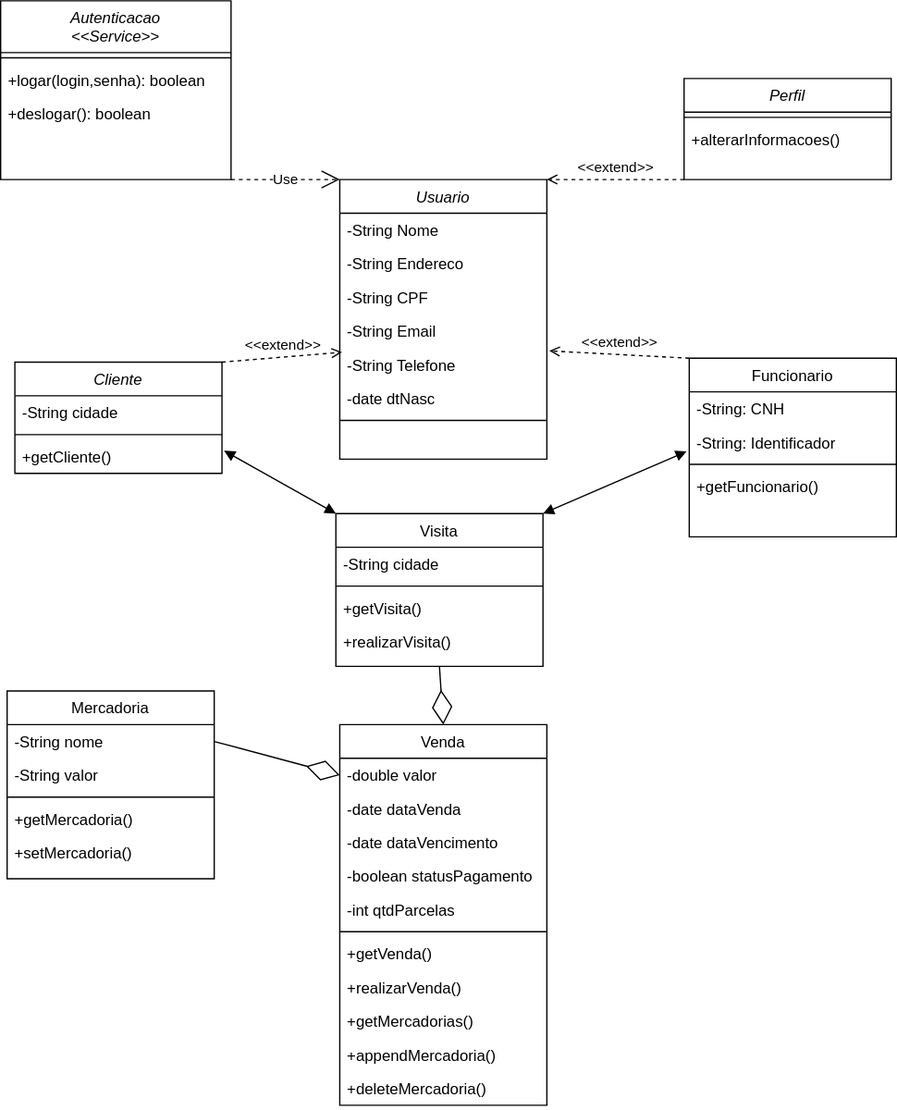
Above: .diagramas/class.client.drawio.svg in jcjoo/pi (draw.io), before the change. Source tidied: cells renumbered, new cells last; positions are measured from the earlier drawing's top-left corner, leaving out a move shared by most shapes.
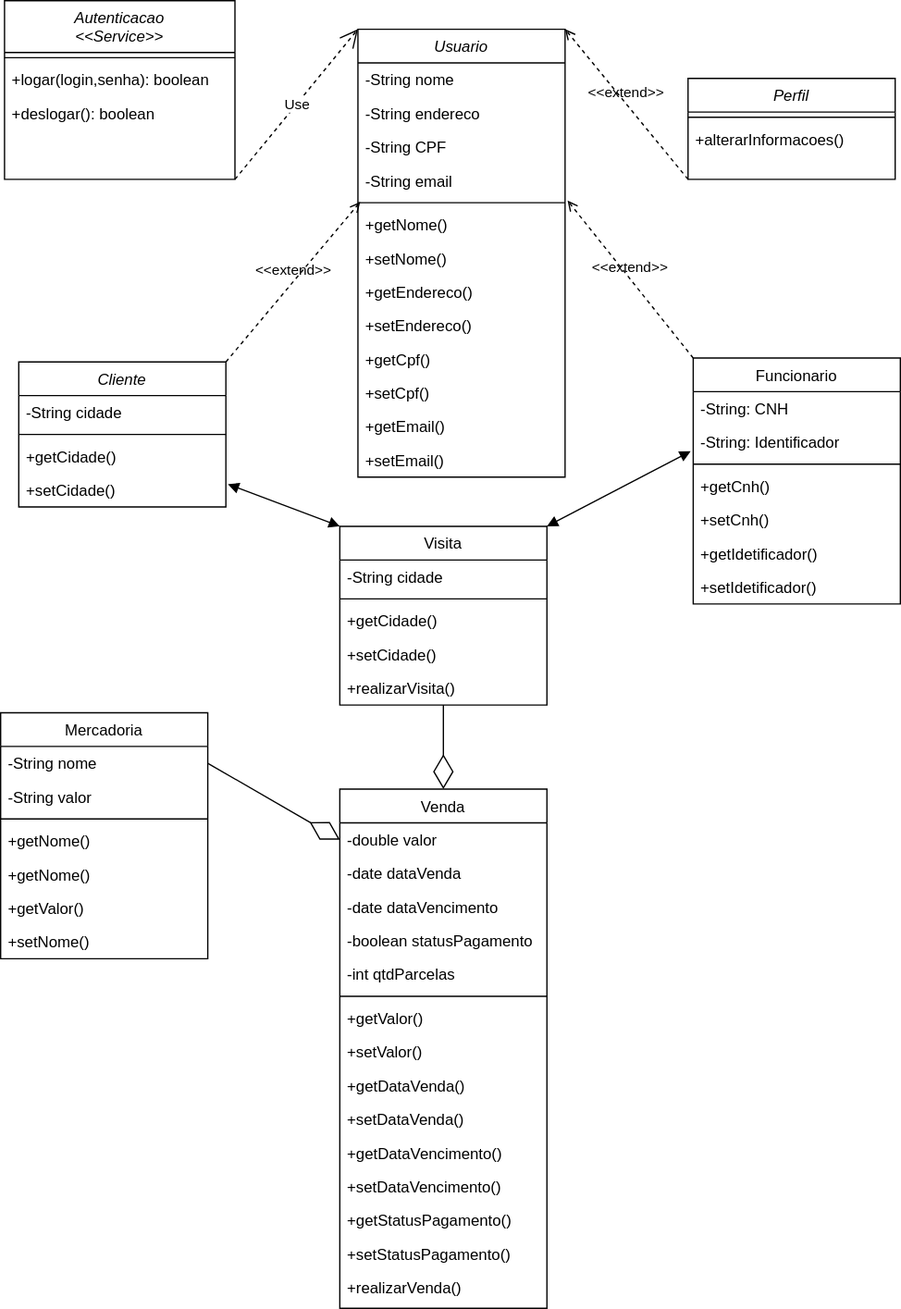
Above is the later version.

What changed in the source:
```diff
@@ -3,7 +3,7 @@
     <mxCell id="0" />
     <mxCell id="1" parent="0" />
     <mxCell id="2" value="Cliente" style="swimlane;fontStyle=2;align=center;verticalAlign=top;horizontal=1;startSize=26;rounded=0;shadow=0;strokeWidth=1;" parent="1" vertex="1">
-      <mxGeometry x="11" y="279" width="160" height="86" as="geometry" />
+      <mxGeometry x="11" y="279" width="160" height="112" as="geometry" />
     </mxCell>
     <mxCell id="3" value="-String cidade&#10;" style="text;align=left;verticalAlign=top;spacingLeft=4;spacingRight=4;overflow=hidden;" parent="2" vertex="1">
       <mxGeometry y="26" width="160" height="26" as="geometry" />
@@ -11,11 +11,14 @@
     <mxCell id="4" style="line;html=1;strokeWidth=1;align=left;verticalAlign=middle;spacingTop=-1;spacingLeft=3;spacingRight=3;labelPosition=right;" parent="2" vertex="1">
       <mxGeometry y="52" width="160" height="8" as="geometry" />
     </mxCell>
+    <mxCell id="57" value="+getCidade()&#10;&#10;" style="text;align=left;verticalAlign=top;spacingLeft=4;spacingRight=4;overflow=hidden;" parent="2" vertex="1">
+      <mxGeometry y="60" width="160" height="26" as="geometry" />
+    </mxCell>
-    <mxCell id="5" value="+getCliente()&#10;&#10;" style="text;align=left;verticalAlign=top;spacingLeft=4;spacingRight=4;overflow=hidden;points=[[0,0.5],[1,0.5]];portConstraint=eastwest;" parent="2" vertex="1">
-      <mxGeometry y="60" width="160" height="26" as="geometry" />
+    <mxCell id="5" value="+setCidade()&#10;&#10;" style="text;align=left;verticalAlign=top;spacingLeft=4;spacingRight=4;overflow=hidden;points=[[0,0.5],[1,0.5]];portConstraint=eastwest;" parent="2" vertex="1">
+      <mxGeometry y="86" width="160" height="26" as="geometry" />
     </mxCell>
     <mxCell id="6" value="Venda" style="swimlane;fontStyle=0;align=center;verticalAlign=top;horizontal=1;startSize=26;rounded=0;shadow=0;strokeWidth=1;" parent="1" vertex="1">
-      <mxGeometry x="262" y="559" width="160" height="294" as="geometry" />
+      <mxGeometry x="259" y="609" width="160" height="401" as="geometry" />
     </mxCell>
     <mxCell id="7" value="-double valor" style="text;align=left;verticalAlign=top;spacingLeft=4;spacingRight=4;overflow=hidden;points=[[0,0.5],[1,0.5]];portConstraint=eastwest;" parent="6" vertex="1">
       <mxGeometry y="26" width="160" height="26" as="geometry" />
@@ -35,23 +38,35 @@
     <mxCell id="12" style="line;html=1;strokeWidth=1;align=left;verticalAlign=middle;spacingTop=-1;spacingLeft=3;spacingRight=3;labelPosition=right;" parent="6" vertex="1">
       <mxGeometry y="156" width="160" height="8" as="geometry" />
     </mxCell>
-    <mxCell id="13" value="+getVenda()&#10;&#10;" style="text;align=left;verticalAlign=top;spacingLeft=4;spacingRight=4;overflow=hidden;" parent="6" vertex="1">
+    <mxCell id="13" value="+getValor()&#10;&#10;" style="text;align=left;verticalAlign=top;spacingLeft=4;spacingRight=4;overflow=hidden;" parent="6" vertex="1">
       <mxGeometry y="164" width="160" height="26" as="geometry" />
     </mxCell>
+    <mxCell id="58" value="+setValor()&#10;&#10;" style="text;align=left;verticalAlign=top;spacingLeft=4;spacingRight=4;overflow=hidden;" parent="6" vertex="1">
+      <mxGeometry y="190" width="160" height="26" as="geometry" />
+    </mxCell>
+    <mxCell id="59" value="+getDataVenda()&#10;&#10;" style="text;align=left;verticalAlign=top;spacingLeft=4;spacingRight=4;overflow=hidden;" parent="6" vertex="1">
+      <mxGeometry y="216" width="160" height="26" as="geometry" />
+    </mxCell>
+    <mxCell id="60" value="+setDataVenda()&#10;&#10;" style="text;align=left;verticalAlign=top;spacingLeft=4;spacingRight=4;overflow=hidden;" parent="6" vertex="1">
+      <mxGeometry y="242" width="160" height="26" as="geometry" />
+    </mxCell>
+    <mxCell id="61" value="+getDataVencimento()&#10;&#10;" style="text;align=left;verticalAlign=top;spacingLeft=4;spacingRight=4;overflow=hidden;" parent="6" vertex="1">
+      <mxGeometry y="268" width="160" height="26" as="geometry" />
+    </mxCell>
+    <mxCell id="62" value="+setDataVencimento()&#10;&#10;" style="text;align=left;verticalAlign=top;spacingLeft=4;spacingRight=4;overflow=hidden;" parent="6" vertex="1">
+      <mxGeometry y="294" width="160" height="26" as="geometry" />
+    </mxCell>
+    <mxCell id="63" value="+getStatusPagamento()&#10;&#10;" style="text;align=left;verticalAlign=top;spacingLeft=4;spacingRight=4;overflow=hidden;" parent="6" vertex="1">
+      <mxGeometry y="320" width="160" height="26" as="geometry" />
+    </mxCell>
+    <mxCell id="64" value="+setStatusPagamento()&#10;&#10;" style="text;align=left;verticalAlign=top;spacingLeft=4;spacingRight=4;overflow=hidden;" parent="6" vertex="1">
+      <mxGeometry y="346" width="160" height="26" as="geometry" />
+    </mxCell>
     <mxCell id="14" value="+realizarVenda()&#10;&#10;" style="text;align=left;verticalAlign=top;spacingLeft=4;spacingRight=4;overflow=hidden;" parent="6" vertex="1">
-      <mxGeometry y="190" width="160" height="26" as="geometry" />
+      <mxGeometry y="372" width="160" height="26" as="geometry" />
     </mxCell>
-    <mxCell id="15" value="+getMercadorias()&#10;&#10;" style="text;align=left;verticalAlign=top;spacingLeft=4;spacingRight=4;overflow=hidden;" parent="6" vertex="1">
-      <mxGeometry y="216" width="160" height="26" as="geometry" />
-    </mxCell>
-    <mxCell id="16" value="+appendMercadoria()&#10;&#10;" style="text;align=left;verticalAlign=top;spacingLeft=4;spacingRight=4;overflow=hidden;" parent="6" vertex="1">
-      <mxGeometry y="242" width="160" height="26" as="geometry" />
-    </mxCell>
-    <mxCell id="17" value="+deleteMercadoria()&#10;&#10;" style="text;align=left;verticalAlign=top;spacingLeft=4;spacingRight=4;overflow=hidden;" parent="6" vertex="1">
-      <mxGeometry y="268" width="160" height="26" as="geometry" />
-    </mxCell>
     <mxCell id="18" value="Visita" style="swimlane;fontStyle=0;align=center;verticalAlign=top;horizontal=1;startSize=26;rounded=0;shadow=0;strokeWidth=1;" parent="1" vertex="1">
-      <mxGeometry x="259" y="396" width="160" height="118" as="geometry" />
+      <mxGeometry x="259" y="406" width="160" height="138" as="geometry" />
     </mxCell>
     <mxCell id="19" value="-String cidade&#10;" style="text;align=left;verticalAlign=top;spacingLeft=4;spacingRight=4;overflow=hidden;" parent="18" vertex="1">
       <mxGeometry y="26" width="160" height="26" as="geometry" />
@@ -59,14 +74,17 @@
     <mxCell id="20" style="line;html=1;strokeWidth=1;align=left;verticalAlign=middle;spacingTop=-1;spacingLeft=3;spacingRight=3;labelPosition=right;" parent="18" vertex="1">
       <mxGeometry y="52" width="160" height="8" as="geometry" />
     </mxCell>
-    <mxCell id="21" value="+getVisita()&#10;&#10;" style="text;align=left;verticalAlign=top;spacingLeft=4;spacingRight=4;overflow=hidden;" parent="18" vertex="1">
+    <mxCell id="21" value="+getCidade()&#10;&#10;" style="text;align=left;verticalAlign=top;spacingLeft=4;spacingRight=4;overflow=hidden;" parent="18" vertex="1">
       <mxGeometry y="60" width="160" height="26" as="geometry" />
     </mxCell>
+    <mxCell id="65" value="+setCidade()&#10;&#10;" style="text;align=left;verticalAlign=top;spacingLeft=4;spacingRight=4;overflow=hidden;" parent="18" vertex="1">
+      <mxGeometry y="86" width="160" height="26" as="geometry" />
+    </mxCell>
     <mxCell id="22" value="+realizarVisita()&#10;&#10;" style="text;align=left;verticalAlign=top;spacingLeft=4;spacingRight=4;overflow=hidden;" parent="18" vertex="1">
-      <mxGeometry y="86" width="160" height="26" as="geometry" />
+      <mxGeometry y="112" width="160" height="26" as="geometry" />
     </mxCell>
     <mxCell id="23" value="Funcionario" style="swimlane;fontStyle=0;align=center;verticalAlign=top;horizontal=1;startSize=26;rounded=0;shadow=0;strokeWidth=1;" parent="1" vertex="1">
-      <mxGeometry x="532" y="276" width="160" height="138" as="geometry" />
+      <mxGeometry x="532" y="276" width="160" height="190" as="geometry" />
     </mxCell>
     <mxCell id="24" value="-String: CNH" style="text;align=left;verticalAlign=top;spacingLeft=4;spacingRight=4;overflow=hidden;rounded=0;shadow=0;html=0;" parent="23" vertex="1">
       <mxGeometry y="26" width="160" height="26" as="geometry" />
@@ -77,35 +95,62 @@
     <mxCell id="26" style="line;html=1;strokeWidth=1;align=left;verticalAlign=middle;spacingTop=-1;spacingLeft=3;spacingRight=3;labelPosition=right;" parent="23" vertex="1">
       <mxGeometry y="78" width="160" height="8" as="geometry" />
     </mxCell>
-    <mxCell id="27" value="+getFuncionario()&#10;&#10;" style="text;align=left;verticalAlign=top;spacingLeft=4;spacingRight=4;overflow=hidden;" parent="23" vertex="1">
+    <mxCell id="27" value="+getCnh()&#10;&#10;" style="text;align=left;verticalAlign=top;spacingLeft=4;spacingRight=4;overflow=hidden;" parent="23" vertex="1">
       <mxGeometry y="86" width="160" height="26" as="geometry" />
     </mxCell>
+    <mxCell id="66" value="+setCnh()&#10;&#10;" style="text;align=left;verticalAlign=top;spacingLeft=4;spacingRight=4;overflow=hidden;" parent="23" vertex="1">
+      <mxGeometry y="112" width="160" height="26" as="geometry" />
+    </mxCell>
+    <mxCell id="67" value="+getIdetificador()&#10;&#10;" style="text;align=left;verticalAlign=top;spacingLeft=4;spacingRight=4;overflow=hidden;" parent="23" vertex="1">
+      <mxGeometry y="138" width="160" height="26" as="geometry" />
+    </mxCell>
+    <mxCell id="68" value="+setIdetificador()&#10;&#10;" style="text;align=left;verticalAlign=top;spacingLeft=4;spacingRight=4;overflow=hidden;" parent="23" vertex="1">
+      <mxGeometry y="164" width="160" height="26" as="geometry" />
+    </mxCell>
     <mxCell id="28" value="Usuario" style="swimlane;fontStyle=2;align=center;verticalAlign=top;horizontal=1;startSize=26;rounded=0;shadow=0;strokeWidth=1;" parent="1" vertex="1">
-      <mxGeometry x="262" y="138" width="160" height="216" as="geometry" />
+      <mxGeometry x="273" y="22" width="160" height="346" as="geometry" />
     </mxCell>
-    <mxCell id="29" value="-String Nome" style="text;align=left;verticalAlign=top;spacingLeft=4;spacingRight=4;overflow=hidden;" parent="28" vertex="1">
+    <mxCell id="29" value="-String nome" style="text;align=left;verticalAlign=top;spacingLeft=4;spacingRight=4;overflow=hidden;" parent="28" vertex="1">
       <mxGeometry y="26" width="160" height="26" as="geometry" />
     </mxCell>
-    <mxCell id="30" value="-String Endereco" style="text;align=left;verticalAlign=top;spacingLeft=4;spacingRight=4;overflow=hidden;" parent="28" vertex="1">
+    <mxCell id="30" value="-String endereco" style="text;align=left;verticalAlign=top;spacingLeft=4;spacingRight=4;overflow=hidden;" parent="28" vertex="1">
       <mxGeometry y="52" width="160" height="26" as="geometry" />
     </mxCell>
     <mxCell id="31" value="-String CPF" style="text;align=left;verticalAlign=top;spacingLeft=4;spacingRight=4;overflow=hidden;" parent="28" vertex="1">
       <mxGeometry y="78" width="160" height="26" as="geometry" />
     </mxCell>
-    <mxCell id="32" value="-String Email" style="text;align=left;verticalAlign=top;spacingLeft=4;spacingRight=4;overflow=hidden;points=[[0,0.5],[1,0.5]];portConstraint=eastwest;" parent="28" vertex="1">
+    <mxCell id="32" value="-String email" style="text;align=left;verticalAlign=top;spacingLeft=4;spacingRight=4;overflow=hidden;points=[[0,0.5],[1,0.5]];portConstraint=eastwest;" parent="28" vertex="1">
       <mxGeometry y="104" width="160" height="26" as="geometry" />
     </mxCell>
-    <mxCell id="33" value="-String Telefone" style="text;align=left;verticalAlign=top;spacingLeft=4;spacingRight=4;overflow=hidden;" parent="28" vertex="1">
-      <mxGeometry y="130" width="160" height="26" as="geometry" />
-    </mxCell>
-    <mxCell id="34" value="-date dtNasc" style="text;align=left;verticalAlign=top;spacingLeft=4;spacingRight=4;overflow=hidden;" parent="28" vertex="1">
-      <mxGeometry y="156" width="160" height="26" as="geometry" />
-    </mxCell>
     <mxCell id="35" style="line;html=1;strokeWidth=1;align=left;verticalAlign=middle;spacingTop=-1;spacingLeft=3;spacingRight=3;labelPosition=right;" parent="28" vertex="1">
-      <mxGeometry y="182" width="160" height="8" as="geometry" />
+      <mxGeometry y="130" width="160" height="8" as="geometry" />
     </mxCell>
+    <mxCell id="69" value="+getNome()&#10;&#10;" style="text;align=left;verticalAlign=top;spacingLeft=4;spacingRight=4;overflow=hidden;" parent="28" vertex="1">
+      <mxGeometry y="138" width="160" height="26" as="geometry" />
+    </mxCell>
+    <mxCell id="70" value="+setNome()&#10;&#10;" style="text;align=left;verticalAlign=top;spacingLeft=4;spacingRight=4;overflow=hidden;" parent="28" vertex="1">
+      <mxGeometry y="164" width="160" height="26" as="geometry" />
+    </mxCell>
+    <mxCell id="71" value="+getEndereco()&#10;&#10;" style="text;align=left;verticalAlign=top;spacingLeft=4;spacingRight=4;overflow=hidden;" parent="28" vertex="1">
+      <mxGeometry y="190" width="160" height="26" as="geometry" />
+    </mxCell>
+    <mxCell id="72" value="+setEndereco()&#10;&#10;" style="text;align=left;verticalAlign=top;spacingLeft=4;spacingRight=4;overflow=hidden;" parent="28" vertex="1">
+      <mxGeometry y="216" width="160" height="26" as="geometry" />
+    </mxCell>
+    <mxCell id="73" value="+getCpf()&#10;&#10;" style="text;align=left;verticalAlign=top;spacingLeft=4;spacingRight=4;overflow=hidden;" parent="28" vertex="1">
+      <mxGeometry y="242" width="160" height="26" as="geometry" />
+    </mxCell>
+    <mxCell id="74" value="+setCpf()&#10;&#10;" style="text;align=left;verticalAlign=top;spacingLeft=4;spacingRight=4;overflow=hidden;" parent="28" vertex="1">
+      <mxGeometry y="268" width="160" height="26" as="geometry" />
+    </mxCell>
+    <mxCell id="75" value="+getEmail()&#10;&#10;" style="text;align=left;verticalAlign=top;spacingLeft=4;spacingRight=4;overflow=hidden;" parent="28" vertex="1">
+      <mxGeometry y="294" width="160" height="26" as="geometry" />
+    </mxCell>
+    <mxCell id="76" value="+setEmail()&#10;&#10;" style="text;align=left;verticalAlign=top;spacingLeft=4;spacingRight=4;overflow=hidden;" parent="28" vertex="1">
+      <mxGeometry y="320" width="160" height="26" as="geometry" />
+    </mxCell>
     <mxCell id="36" value="Mercadoria" style="swimlane;fontStyle=0;align=center;verticalAlign=top;horizontal=1;startSize=26;rounded=0;shadow=0;strokeWidth=1;" parent="1" vertex="1">
-      <mxGeometry x="5" y="533" width="160" height="145" as="geometry" />
+      <mxGeometry x="-3" y="550" width="160" height="190" as="geometry" />
     </mxCell>
     <mxCell id="37" value="-String nome&#10;" style="text;align=left;verticalAlign=top;spacingLeft=4;spacingRight=4;overflow=hidden;points=[[0,0.5],[1,0.5]];portConstraint=eastwest;" parent="36" vertex="1">
       <mxGeometry y="26" width="160" height="26" as="geometry" />
@@ -116,12 +161,18 @@
     <mxCell id="39" style="line;html=1;strokeWidth=1;align=left;verticalAlign=middle;spacingTop=-1;spacingLeft=3;spacingRight=3;labelPosition=right;" parent="36" vertex="1">
       <mxGeometry y="78" width="160" height="8" as="geometry" />
     </mxCell>
-    <mxCell id="40" value="+getMercadoria()&#10;&#10;" style="text;align=left;verticalAlign=top;spacingLeft=4;spacingRight=4;overflow=hidden;" parent="36" vertex="1">
+    <mxCell id="40" value="+getNome()&#10;&#10;" style="text;align=left;verticalAlign=top;spacingLeft=4;spacingRight=4;overflow=hidden;" parent="36" vertex="1">
       <mxGeometry y="86" width="160" height="26" as="geometry" />
     </mxCell>
+    <mxCell id="77" value="+getNome()&#10;&#10;" style="text;align=left;verticalAlign=top;spacingLeft=4;spacingRight=4;overflow=hidden;" parent="36" vertex="1">
+      <mxGeometry y="112" width="160" height="26" as="geometry" />
+    </mxCell>
-    <mxCell id="41" value="+setMercadoria()&#10;&#10;" style="text;align=left;verticalAlign=top;spacingLeft=4;spacingRight=4;overflow=hidden;" parent="36" vertex="1">
-      <mxGeometry y="112" width="160" height="26" as="geometry" />
+    <mxCell id="41" value="+getValor()" style="text;align=left;verticalAlign=top;spacingLeft=4;spacingRight=4;overflow=hidden;" parent="36" vertex="1">
+      <mxGeometry y="138" width="160" height="26" as="geometry" />
     </mxCell>
+    <mxCell id="78" value="+setNome()&#10;&#10;" style="text;align=left;verticalAlign=top;spacingLeft=4;spacingRight=4;overflow=hidden;" parent="36" vertex="1">
+      <mxGeometry y="164" width="160" height="26" as="geometry" />
+    </mxCell>
     <mxCell id="42" value="Perfil&#10;" style="swimlane;fontStyle=2;align=center;verticalAlign=top;horizontal=1;startSize=26;rounded=0;shadow=0;strokeWidth=1;" parent="1" vertex="1">
       <mxGeometry x="528" y="60" width="160" height="78" as="geometry" />
     </mxCell>
```
